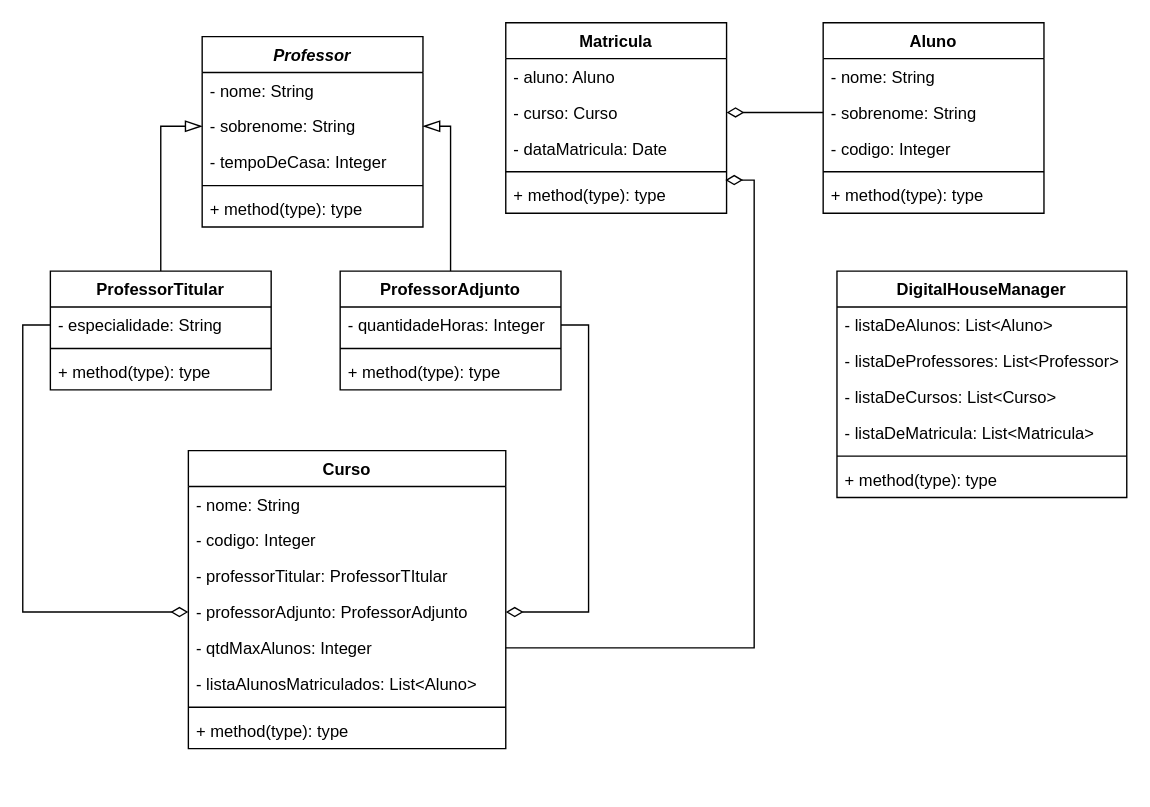
This is DesafioPOO-UML.drawio from diogenesistemas/DesafioPOO, a draw.io file, before an edit. Source tidied: cells renumbered, new cells numbered last; positions are measured from the earlier drawing's top-left corner, leaving out a move shared by most shapes. Both pictures are drawn from the tidied source at 138%, with x=0, y=0 at pixel (50, 22).
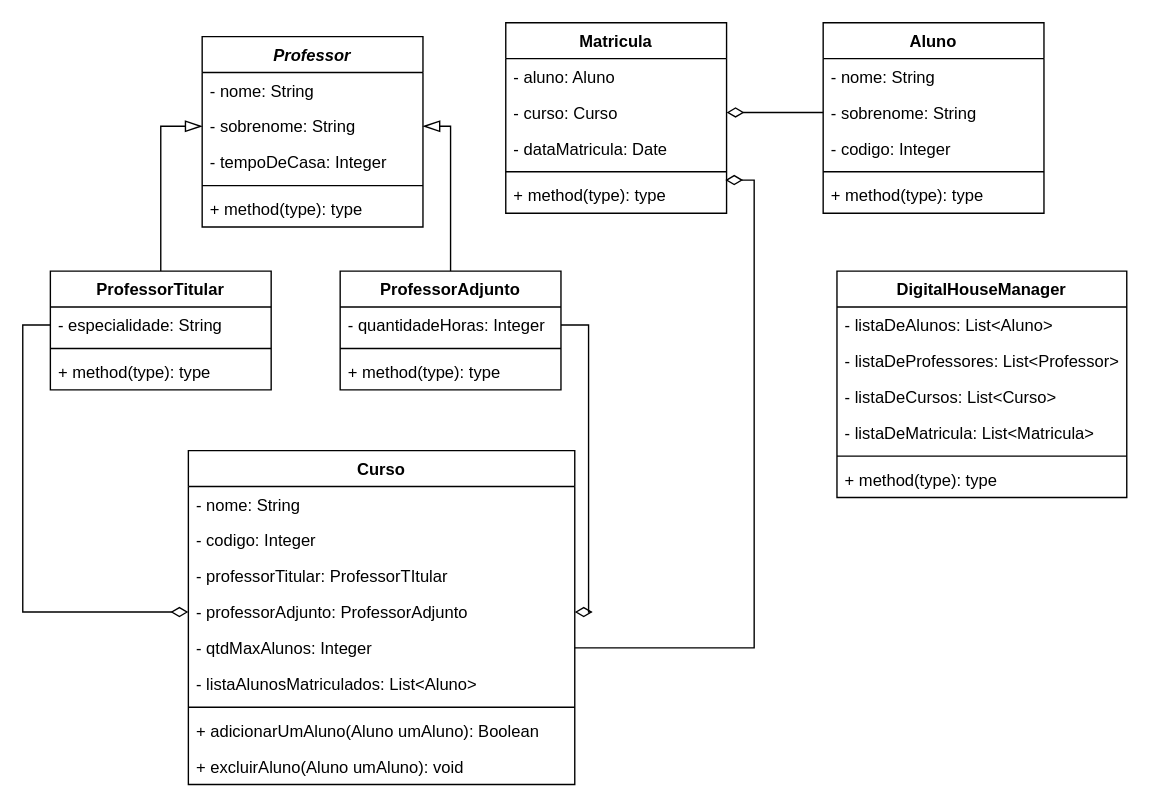
After the change.

Commit message:
Atualizando UML - Classe Curso - Métodos adicionar e excluir aluno

Change to the diagram source:
```diff
@@
     <mxCell id="8" value="Curso" style="swimlane;fontStyle=1;align=center;verticalAlign=top;horizontal=1;startSize=26;" parent="1" vertex="1">
-      <mxGeometry x="100" y="310" width="230" height="216" as="geometry" />
+      <mxGeometry x="100" y="310" width="280" height="242" as="geometry" />
     </mxCell>
     <mxCell id="9" value="- nome: String" style="text;strokeColor=none;fillColor=none;align=left;verticalAlign=top;spacingLeft=4;spacingRight=4;overflow=hidden;" parent="8" vertex="1">
-      <mxGeometry y="26" width="230" height="26" as="geometry" />
+      <mxGeometry y="26" width="280" height="26" as="geometry" />
     </mxCell>
     <mxCell id="10" value="- codigo: Integer" style="text;strokeColor=none;fillColor=none;align=left;verticalAlign=top;spacingLeft=4;spacingRight=4;overflow=hidden;" parent="8" vertex="1">
-      <mxGeometry y="52" width="230" height="26" as="geometry" />
+      <mxGeometry y="52" width="280" height="26" as="geometry" />
     </mxCell>
     <mxCell id="11" value="- professorTitular: ProfessorTItular" style="text;strokeColor=none;fillColor=none;align=left;verticalAlign=top;spacingLeft=4;spacingRight=4;overflow=hidden;" parent="8" vertex="1">
-      <mxGeometry y="78" width="230" height="26" as="geometry" />
+      <mxGeometry y="78" width="280" height="26" as="geometry" />
     </mxCell>
     <mxCell id="12" value="- professorAdjunto: ProfessorAdjunto" style="text;strokeColor=none;fillColor=none;align=left;verticalAlign=top;spacingLeft=4;spacingRight=4;overflow=hidden;points=[[0,0.5],[1,0.5]];portConstraint=eastwest;" parent="8" vertex="1">
-      <mxGeometry y="104" width="230" height="26" as="geometry" />
+      <mxGeometry y="104" width="280" height="26" as="geometry" />
     </mxCell>
     <mxCell id="13" value="- qtdMaxAlunos: Integer" style="text;strokeColor=none;fillColor=none;align=left;verticalAlign=top;spacingLeft=4;spacingRight=4;overflow=hidden;points=[[0,0.5],[1,0.5]];portConstraint=eastwest;" parent="8" vertex="1">
-      <mxGeometry y="130" width="230" height="26" as="geometry" />
+      <mxGeometry y="130" width="280" height="26" as="geometry" />
     </mxCell>
     <mxCell id="14" value="- listaAlunosMatriculados: List&lt;Aluno&gt;" style="text;strokeColor=none;fillColor=none;align=left;verticalAlign=top;spacingLeft=4;spacingRight=4;overflow=hidden;" parent="8" vertex="1">
-      <mxGeometry y="156" width="230" height="26" as="geometry" />
+      <mxGeometry y="156" width="280" height="26" as="geometry" />
     </mxCell>
     <mxCell id="15" style="line;strokeWidth=1;fillColor=none;align=left;verticalAlign=middle;spacingTop=-1;spacingLeft=3;spacingRight=3;labelPosition=right;" parent="8" vertex="1">
-      <mxGeometry y="182" width="230" height="8" as="geometry" />
+      <mxGeometry y="182" width="280" height="8" as="geometry" />
     </mxCell>
-    <mxCell id="16" value="+ method(type): type" style="text;strokeColor=none;fillColor=none;align=left;verticalAlign=top;spacingLeft=4;spacingRight=4;overflow=hidden;" parent="8" vertex="1">
-      <mxGeometry y="190" width="230" height="26" as="geometry" />
+    <mxCell id="16" value="+ adicionarUmAluno(Aluno umAluno): Boolean" style="text;strokeColor=none;fillColor=none;align=left;verticalAlign=top;spacingLeft=4;spacingRight=4;overflow=hidden;" parent="8" vertex="1">
+      <mxGeometry y="190" width="280" height="26" as="geometry" />
     </mxCell>
+    <mxCell id="50" value="+ excluirAluno(Aluno umAluno): void" style="text;strokeColor=none;fillColor=none;align=left;verticalAlign=top;spacingLeft=4;spacingRight=4;overflow=hidden;" parent="8" vertex="1">
+      <mxGeometry y="216" width="280" height="26" as="geometry" />
+    </mxCell>
```
